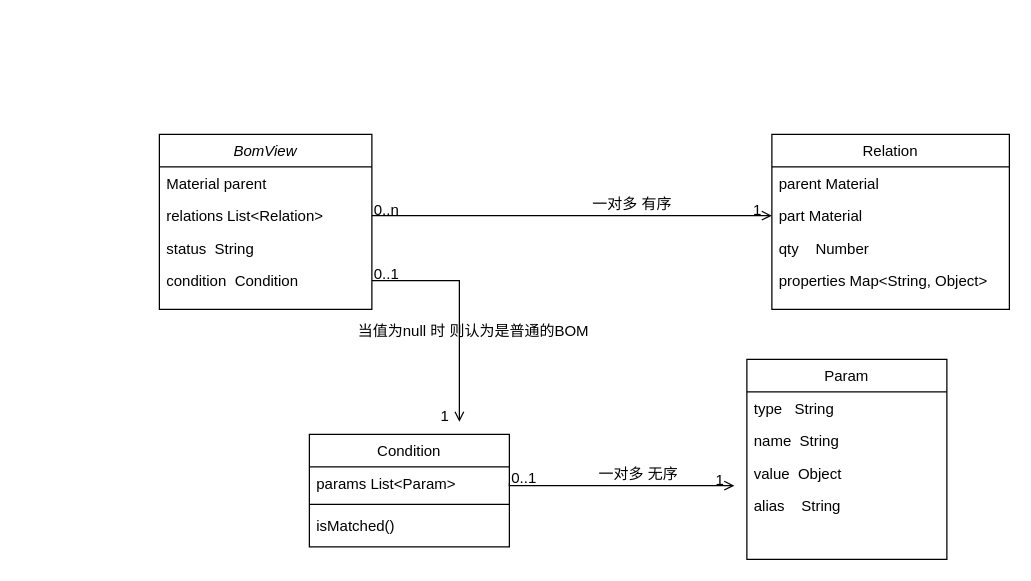
The draw.io diagram XBOM.drawio in lvmq/emop, before the edit. Source tidied: cells renumbered, new cells numbered last; positions are measured from the earlier drawing's top-left corner, leaving out a move shared by most shapes. Both pictures are drawn from the tidied source at 125%, with x=0, y=0 at pixel (159, 134).
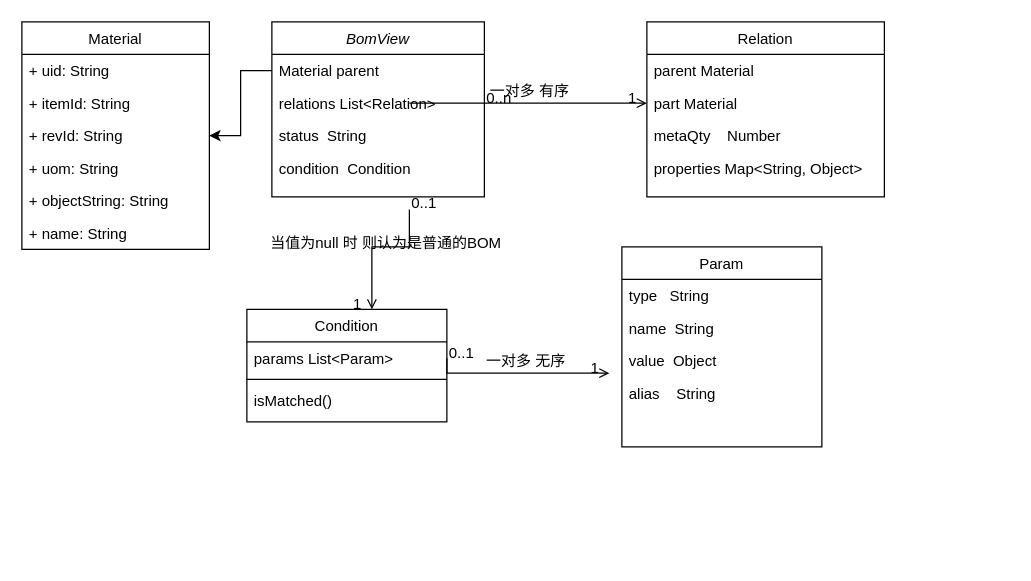
After the change.

Commit message:
update  XBOM UML

The change refers to these unchanged cells:
```xml
<mxCell id="3" value="Material parent&#10;" style="text;align=left;verticalAlign=top;spacingLeft=4;spacingRight=4;overflow=hidden;points=[[0,0.5],[1,0.5]];portConstraint=eastwest;" parent="2" vertex="1">
  <mxGeometry y="26" width="170" height="26" as="geometry" />
</mxCell>
<mxCell id="4" value="relations List&lt;Relation&gt;" style="text;align=left;verticalAlign=top;spacingLeft=4;spacingRight=4;overflow=hidden;points=[[0,0.5],[1,0.5]];portConstraint=eastwest;rounded=0;shadow=0;html=0;" parent="2" vertex="1">
  <mxGeometry y="52" width="170" height="26" as="geometry" />
</mxCell>
<mxCell id="6" value="condition  Condition" style="text;align=left;verticalAlign=top;spacingLeft=4;spacingRight=4;overflow=hidden;points=[[0,0.5],[1,0.5]];portConstraint=eastwest;rounded=0;shadow=0;html=0;" parent="2" vertex="1">
  <mxGeometry y="104" width="170" height="26" as="geometry" />
</mxCell>
<mxCell id="8" value="params List&lt;Param&gt;" style="text;align=left;verticalAlign=top;spacingLeft=4;spacingRight=4;overflow=hidden;points=[[0,0.5],[1,0.5]];portConstraint=eastwest;" parent="7" vertex="1">
  <mxGeometry y="26" width="160" height="26" as="geometry" />
</mxCell>
```

Diff of the diagram source:
```diff
@@
+    <mxCell id="33" value="Material" style="swimlane;fontStyle=0;horizontal=1;startSize=26;fillColor=none;" parent="1" vertex="1">
+      <mxGeometry x="-110" y="-90" width="150" height="182" as="geometry" />
+    </mxCell>
+    <mxCell id="34" value="+ uid: String&#10;" style="text;strokeColor=none;fillColor=none;align=left;verticalAlign=top;spacingLeft=4;spacingRight=4;overflow=hidden;" parent="33" vertex="1">
+      <mxGeometry y="26" width="150" height="26" as="geometry" />
+    </mxCell>
+    <mxCell id="35" value="+ itemId: String" style="text;strokeColor=none;fillColor=none;align=left;verticalAlign=top;spacingLeft=4;spacingRight=4;overflow=hidden;" parent="33" vertex="1">
+      <mxGeometry y="52" width="150" height="26" as="geometry" />
+    </mxCell>
+    <mxCell id="36" value="+ revId: String" style="text;strokeColor=none;fillColor=none;align=left;verticalAlign=top;spacingLeft=4;spacingRight=4;overflow=hidden;" parent="33" vertex="1">
+      <mxGeometry y="78" width="150" height="26" as="geometry" />
+    </mxCell>
+    <mxCell id="37" value="+ uom: String" style="text;strokeColor=none;fillColor=none;align=left;verticalAlign=top;spacingLeft=4;spacingRight=4;overflow=hidden;" parent="33" vertex="1">
+      <mxGeometry y="104" width="150" height="26" as="geometry" />
+    </mxCell>
+    <mxCell id="38" value="+ objectString: String" style="text;strokeColor=none;fillColor=none;align=left;verticalAlign=top;spacingLeft=4;spacingRight=4;overflow=hidden;" parent="33" vertex="1">
+      <mxGeometry y="130" width="150" height="26" as="geometry" />
+    </mxCell>
+    <mxCell id="39" value="+ name: String" style="text;strokeColor=none;fillColor=none;align=left;verticalAlign=top;spacingLeft=4;spacingRight=4;overflow=hidden;" parent="33" vertex="1">
+      <mxGeometry y="156" width="150" height="26" as="geometry" />
+    </mxCell>
     <mxCell id="2" value="BomView" style="swimlane;fontStyle=2;align=center;verticalAlign=top;horizontal=1;startSize=26;rounded=0;shadow=0;strokeWidth=1;" parent="1" vertex="1">
-      <mxGeometry width="170" height="140" as="geometry" />
+      <mxGeometry x="90" y="-90" width="170" height="140" as="geometry" />
     </mxCell>
@@
     <mxCell id="7" value="Condition" style="swimlane;fontStyle=0;align=center;verticalAlign=top;horizontal=1;startSize=26;rounded=0;shadow=0;strokeWidth=1;" parent="1" vertex="1">
-      <mxGeometry x="120" y="240" width="160" height="90" as="geometry" />
+      <mxGeometry x="70" y="140" width="160" height="90" as="geometry" />
     </mxCell>
@@
     <mxCell id="11" value="Relation&#10;" style="swimlane;fontStyle=0;align=center;verticalAlign=top;horizontal=1;startSize=26;rounded=0;shadow=0;strokeWidth=1;" parent="1" vertex="1">
-      <mxGeometry x="490" width="190" height="140" as="geometry" />
+      <mxGeometry x="390" y="-90" width="190" height="140" as="geometry" />
     </mxCell>
@@
-    <mxCell id="14" value="qty    Number&#10;" style="text;align=left;verticalAlign=top;spacingLeft=4;spacingRight=4;overflow=hidden;rounded=0;shadow=0;html=0;" parent="11" vertex="1">
+    <mxCell id="14" value="metaQty    Number&#10;" style="text;align=left;verticalAlign=top;spacingLeft=4;spacingRight=4;overflow=hidden;rounded=0;shadow=0;html=0;" parent="11" vertex="1">
       <mxGeometry y="78" width="190" height="26" as="geometry" />
     </mxCell>
@@
     <mxCell id="16" style="endArrow=open;shadow=0;strokeWidth=1;rounded=0;endFill=1;edgeStyle=elbowEdgeStyle;elbow=vertical;exitX=1;exitY=0.5;exitDx=0;exitDy=0;" parent="1" edge="1" source="4">
-      <mxGeometry x="0.5" y="41" relative="1" as="geometry">
-        <mxPoint x="490" y="65" as="targetPoint" />
+      <mxGeometry x="40" y="10" as="geometry">
+        <mxPoint x="390" y="-25" as="targetPoint" />
         <Array as="points">
-          <mxPoint x="300" y="65" />
-          <mxPoint x="430" y="118" />
+          <mxPoint x="200" y="-25" />
+          <mxPoint x="330" y="28" />
         </Array>
         <mxPoint x="-40" y="32" as="offset" />
       </mxGeometry>
     </mxCell>
@@
-    <mxCell id="20" style="endArrow=open;shadow=0;strokeWidth=1;rounded=0;endFill=1;edgeStyle=elbowEdgeStyle;elbow=vertical;exitX=1;exitY=0.5;exitDx=0;exitDy=0;" parent="1" edge="1" source="6">
-      <mxGeometry x="0.5" y="41" relative="1" as="geometry">
-        <mxPoint x="240" y="230" as="targetPoint" />
+    <mxCell id="20" style="endArrow=open;shadow=0;strokeWidth=1;rounded=0;endFill=1;edgeStyle=elbowEdgeStyle;elbow=vertical;" parent="1" edge="1">
+      <mxGeometry x="40" y="10" as="geometry">
+        <mxPoint x="200" y="60" as="sourcePoint" />
+        <mxPoint x="170" y="140" as="targetPoint" />
         <Array as="points">
-          <mxPoint x="200" y="117" />
-          <mxPoint x="220" y="177" />
-          <mxPoint x="440" y="200" />
+          <mxPoint x="230" y="90" />
+          <mxPoint x="205" y="90" />
+          <mxPoint x="150" y="87" />
+          <mxPoint x="370" y="110" />
         </Array>
         <mxPoint x="-40" y="32" as="offset" />
       </mxGeometry>
     </mxCell>
@@
     <mxCell id="24" value="Param" style="swimlane;fontStyle=0;align=center;verticalAlign=top;horizontal=1;startSize=26;rounded=0;shadow=0;strokeWidth=1;" parent="1" vertex="1">
-      <mxGeometry x="470" y="180" width="160" height="160" as="geometry" />
+      <mxGeometry x="370" y="90" width="160" height="160" as="geometry" />
     </mxCell>
@@
     <mxCell id="29" style="endArrow=open;shadow=0;strokeWidth=1;rounded=0;endFill=1;edgeStyle=elbowEdgeStyle;elbow=vertical;exitX=1;exitY=0.5;exitDx=0;exitDy=0;" parent="1" edge="1" source="8">
-      <mxGeometry x="0.5" y="41" relative="1" as="geometry">
-        <mxPoint x="460" y="281" as="targetPoint" />
+      <mxGeometry x="40" y="10" as="geometry">
+        <mxPoint x="360" y="191" as="targetPoint" />
         <Array as="points">
-          <mxPoint x="470" y="281" />
-          <mxPoint x="490" y="300" />
-          <mxPoint x="420" y="350" />
-          <mxPoint x="390" y="140" />
-          <mxPoint x="430" y="118" />
+          <mxPoint x="370" y="191" />
+          <mxPoint x="390" y="210" />
+          <mxPoint x="320" y="260" />
+          <mxPoint x="290" y="50" />
+          <mxPoint x="330" y="28" />
         </Array>
         <mxPoint x="-40" y="32" as="offset" />
       </mxGeometry>
     </mxCell>
@@
+    <mxCell id="40" style="edgeStyle=orthogonalEdgeStyle;rounded=0;jettySize=auto;html=1;exitX=0;exitY=0.5;exitDx=0;exitDy=0;" parent="1" edge="1" source="3" target="33">
+      <mxGeometry relative="1" as="geometry" />
+    </mxCell>
```
